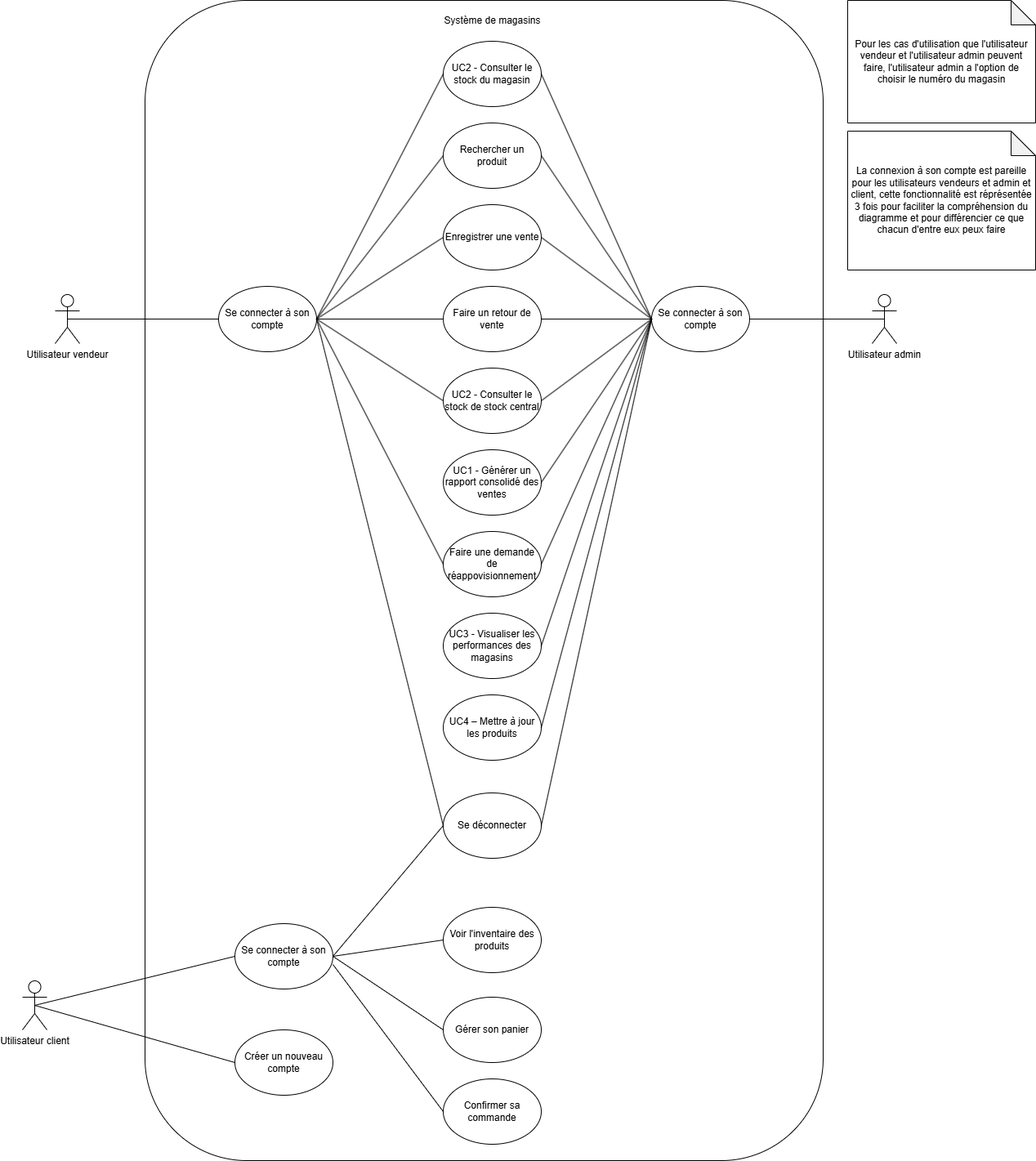
The draw.io diagram docs/UML/diag_vue_cas_utilisation.drawio.png in PraMaks/LOG430_Labo_0, before a commit. Source tidied: cells renumbered, new cells last; positions are measured from the earlier drawing's top-left corner, leaving out a move shared by most shapes.
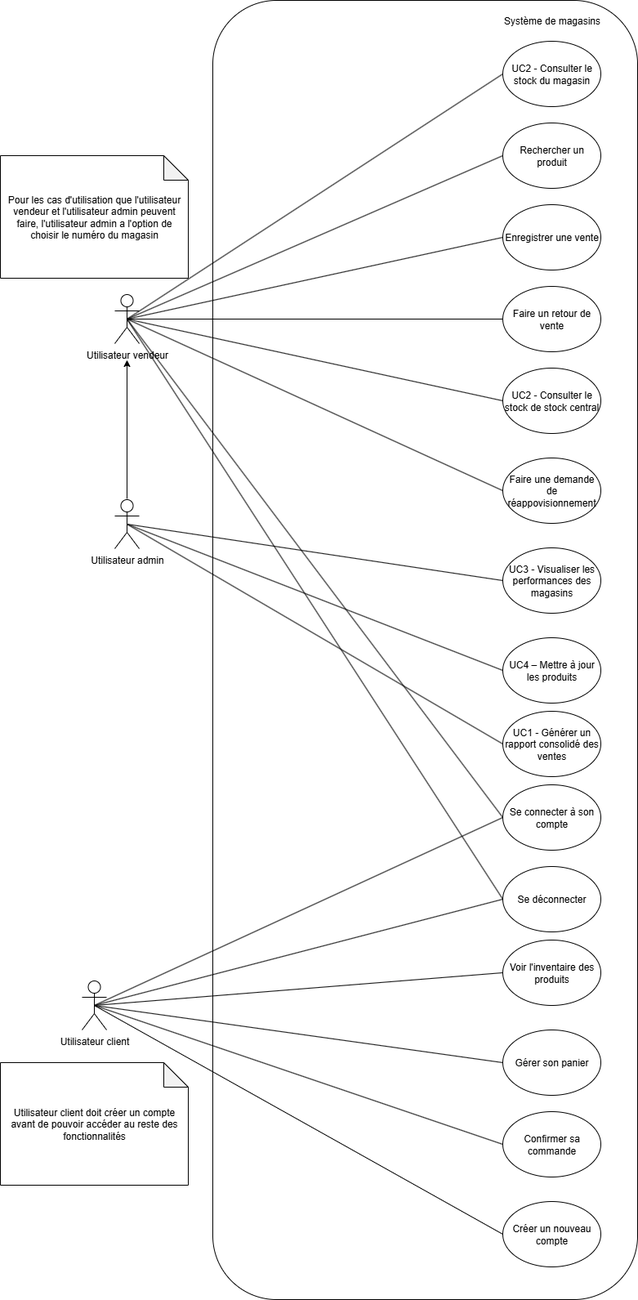
After the change.

Change to the diagram source:
```diff
@@ -6,7 +6,7 @@
       <mxGeometry x="40" y="360" width="30" height="60" as="geometry" />
     </mxCell>
     <mxCell id="3" style="rounded=1;whiteSpace=wrap;html=1;" parent="1" vertex="1">
-      <mxGeometry x="150" width="830" height="1420" as="geometry" />
+      <mxGeometry x="160" width="520" height="1590" as="geometry" />
     </mxCell>
     <mxCell id="4" value="Système de magasins" style="text;html=1;align=center;verticalAlign=middle;strokeColor=none;fillColor=none;" parent="1" vertex="1">
       <mxGeometry x="505" y="10" width="140" height="30" as="geometry" />
@@ -27,129 +27,103 @@
       <mxGeometry x="515" y="450" width="120" height="80" as="geometry" />
     </mxCell>
     <mxCell id="10" value="Faire une demande de réappovisionnement" style="ellipse;whiteSpace=wrap;html=1;" parent="1" vertex="1">
-      <mxGeometry x="515" y="650" width="120" height="80" as="geometry" />
+      <mxGeometry x="515" y="560" width="120" height="80" as="geometry" />
     </mxCell>
     <mxCell id="11" value="Utilisateur admin" style="shape=umlActor;verticalLabelPosition=bottom;verticalAlign=top;html=1;outlineConnect=0;" parent="1" vertex="1">
-      <mxGeometry x="1040" y="360" width="30" height="60" as="geometry" />
+      <mxGeometry x="40" y="611" width="30" height="60" as="geometry" />
     </mxCell>
     <mxCell id="12" value="UC1 - Générer un rapport consolidé des ventes" style="ellipse;whiteSpace=wrap;html=1;" parent="1" vertex="1">
-      <mxGeometry x="515" y="550" width="120" height="80" as="geometry" />
+      <mxGeometry x="515" y="870" width="120" height="80" as="geometry" />
     </mxCell>
     <mxCell id="13" value="UC3 - Visualiser les performances des magasins" style="ellipse;whiteSpace=wrap;html=1;" parent="1" vertex="1">
-      <mxGeometry x="515" y="750" width="120" height="80" as="geometry" />
+      <mxGeometry x="515" y="670" width="120" height="80" as="geometry" />
     </mxCell>
     <mxCell id="14" value="Pour les cas d'utilisation que l'utilisateur vendeur et l'utilisateur admin peuvent faire, l'utilisateur admin a l'option de choisir le numéro du magasin" style="shape=note;whiteSpace=wrap;html=1;backgroundOutline=1;darkOpacity=0.05;" parent="1" vertex="1">
-      <mxGeometry x="1010" width="230" height="150" as="geometry" />
+      <mxGeometry x="-100" y="190" width="230" height="150" as="geometry" />
     </mxCell>
     <mxCell id="15" value="UC4 – Mettre à jour les produits" style="ellipse;whiteSpace=wrap;html=1;" parent="1" vertex="1">
-      <mxGeometry x="515" y="850" width="120" height="80" as="geometry" />
+      <mxGeometry x="515" y="780" width="120" height="80" as="geometry" />
     </mxCell>
-    <mxCell id="16" value="Se connecter à son compte" style="ellipse;whiteSpace=wrap;html=1;" parent="1" vertex="1">
-      <mxGeometry x="770" y="350" width="120" height="80" as="geometry" />
-    </mxCell>
     <mxCell id="17" value="Se connecter à son compte" style="ellipse;whiteSpace=wrap;html=1;" parent="1" vertex="1">
-      <mxGeometry x="240" y="350" width="120" height="80" as="geometry" />
+      <mxGeometry x="515" y="960" width="120" height="80" as="geometry" />
     </mxCell>
     <mxCell id="18" value="Se déconnecter" style="ellipse;whiteSpace=wrap;html=1;" parent="1" vertex="1">
-      <mxGeometry x="515" y="970" width="120" height="80" as="geometry" />
+      <mxGeometry x="515" y="1060" width="120" height="80" as="geometry" />
     </mxCell>
-    <mxCell id="19" style="endArrow=none;html=1;rounded=0;entryX=0;entryY=0.5;entryDx=0;entryDy=0;exitX=0.5;exitY=0.5;exitDx=0;exitDy=0;exitPerimeter=0;" parent="1" edge="1" source="2" target="17">
-      <mxGeometry relative="1" as="geometry" />
-    </mxCell>
-    <mxCell id="20" style="endArrow=none;html=1;rounded=0;entryX=0.5;entryY=0.5;entryDx=0;entryDy=0;entryPerimeter=0;exitX=1;exitY=0.5;exitDx=0;exitDy=0;" parent="1" edge="1" source="16" target="11">
-      <mxGeometry relative="1" as="geometry" />
-    </mxCell>
-    <mxCell id="21" value="La connexion à son compte est pareille pour les utilisateurs vendeurs et admin et client, cette fonctionnalité est réprésentée 3 fois pour faciliter la compréhension du diagramme et pour différencier ce que chacun d'entre eux peux faire" style="shape=note;whiteSpace=wrap;html=1;backgroundOutline=1;darkOpacity=0.05;" parent="1" vertex="1">
-      <mxGeometry x="1010" y="160" width="230" height="170" as="geometry" />
-    </mxCell>
-    <mxCell id="22" style="endArrow=none;html=1;rounded=0;entryX=1;entryY=0.5;entryDx=0;entryDy=0;exitX=0;exitY=0.5;exitDx=0;exitDy=0;" parent="1" edge="1" source="18" target="17">
-      <mxGeometry relative="1" as="geometry" />
-    </mxCell>
-    <mxCell id="23" style="endArrow=none;html=1;rounded=0;entryX=0;entryY=0.5;entryDx=0;entryDy=0;exitX=1;exitY=0.5;exitDx=0;exitDy=0;" parent="1" edge="1" source="17" target="5">
-      <mxGeometry relative="1" as="geometry" />
-    </mxCell>
-    <mxCell id="24" style="endArrow=none;html=1;rounded=0;entryX=0;entryY=0.5;entryDx=0;entryDy=0;exitX=1;exitY=0.5;exitDx=0;exitDy=0;" parent="1" edge="1" source="17" target="6">
-      <mxGeometry relative="1" as="geometry" />
-    </mxCell>
-    <mxCell id="25" style="endArrow=none;html=1;rounded=0;entryX=0;entryY=0.5;entryDx=0;entryDy=0;exitX=1;exitY=0.5;exitDx=0;exitDy=0;" parent="1" edge="1" source="17" target="7">
-      <mxGeometry relative="1" as="geometry" />
-    </mxCell>
-    <mxCell id="26" style="endArrow=none;html=1;rounded=0;entryX=0;entryY=0.5;entryDx=0;entryDy=0;exitX=1;exitY=0.5;exitDx=0;exitDy=0;" parent="1" edge="1" source="17" target="8">
-      <mxGeometry relative="1" as="geometry" />
-    </mxCell>
-    <mxCell id="27" style="endArrow=none;html=1;rounded=0;entryX=0;entryY=0.5;entryDx=0;entryDy=0;exitX=1;exitY=0.5;exitDx=0;exitDy=0;" parent="1" edge="1" source="17" target="9">
-      <mxGeometry relative="1" as="geometry" />
-    </mxCell>
-    <mxCell id="28" style="endArrow=none;html=1;rounded=0;entryX=0;entryY=0.5;entryDx=0;entryDy=0;exitX=1;exitY=0.5;exitDx=0;exitDy=0;" parent="1" edge="1" source="17" target="10">
-      <mxGeometry relative="1" as="geometry" />
-    </mxCell>
-    <mxCell id="29" style="endArrow=none;html=1;rounded=0;entryX=0;entryY=0.5;entryDx=0;entryDy=0;exitX=1;exitY=0.5;exitDx=0;exitDy=0;" parent="1" edge="1" source="5" target="16">
-      <mxGeometry relative="1" as="geometry" />
-    </mxCell>
-    <mxCell id="30" style="endArrow=none;html=1;rounded=0;entryX=0;entryY=0.5;entryDx=0;entryDy=0;exitX=1;exitY=0.5;exitDx=0;exitDy=0;" parent="1" edge="1" source="6" target="16">
-      <mxGeometry relative="1" as="geometry" />
-    </mxCell>
-    <mxCell id="31" style="endArrow=none;html=1;rounded=0;entryX=0;entryY=0.5;entryDx=0;entryDy=0;exitX=1;exitY=0.5;exitDx=0;exitDy=0;" parent="1" edge="1" source="7" target="16">
-      <mxGeometry relative="1" as="geometry" />
-    </mxCell>
-    <mxCell id="32" style="endArrow=none;html=1;rounded=0;entryX=0;entryY=0.5;entryDx=0;entryDy=0;exitX=1;exitY=0.5;exitDx=0;exitDy=0;" parent="1" edge="1" source="8" target="16">
-      <mxGeometry relative="1" as="geometry" />
-    </mxCell>
-    <mxCell id="33" style="endArrow=none;html=1;rounded=0;entryX=0;entryY=0.5;entryDx=0;entryDy=0;exitX=1;exitY=0.5;exitDx=0;exitDy=0;" parent="1" edge="1" source="9" target="16">
-      <mxGeometry relative="1" as="geometry" />
-    </mxCell>
-    <mxCell id="34" style="endArrow=none;html=1;rounded=0;entryX=0;entryY=0.5;entryDx=0;entryDy=0;exitX=1;exitY=0.5;exitDx=0;exitDy=0;" parent="1" edge="1" source="12" target="16">
-      <mxGeometry relative="1" as="geometry" />
-    </mxCell>
-    <mxCell id="35" style="endArrow=none;html=1;rounded=0;entryX=0;entryY=0.5;entryDx=0;entryDy=0;exitX=1;exitY=0.5;exitDx=0;exitDy=0;" parent="1" edge="1" source="10" target="16">
-      <mxGeometry relative="1" as="geometry" />
-    </mxCell>
-    <mxCell id="36" style="endArrow=none;html=1;rounded=0;entryX=0;entryY=0.5;entryDx=0;entryDy=0;exitX=1;exitY=0.5;exitDx=0;exitDy=0;" parent="1" edge="1" source="15" target="16">
-      <mxGeometry relative="1" as="geometry" />
-    </mxCell>
-    <mxCell id="37" style="endArrow=none;html=1;rounded=0;entryX=0;entryY=0.5;entryDx=0;entryDy=0;exitX=1;exitY=0.5;exitDx=0;exitDy=0;" parent="1" edge="1" source="13" target="16">
-      <mxGeometry relative="1" as="geometry" />
-    </mxCell>
-    <mxCell id="38" style="endArrow=none;html=1;rounded=0;entryX=0;entryY=0.5;entryDx=0;entryDy=0;exitX=1;exitY=0.5;exitDx=0;exitDy=0;" parent="1" edge="1" source="18" target="16">
-      <mxGeometry relative="1" as="geometry" />
-    </mxCell>
     <mxCell id="39" value="Utilisateur client" style="shape=umlActor;verticalLabelPosition=bottom;verticalAlign=top;html=1;outlineConnect=0;" parent="1" vertex="1">
       <mxGeometry y="1200" width="30" height="60" as="geometry" />
     </mxCell>
-    <mxCell id="40" value="Se connecter à son compte" style="ellipse;whiteSpace=wrap;html=1;" parent="1" vertex="1">
-      <mxGeometry x="260" y="1130" width="120" height="80" as="geometry" />
-    </mxCell>
     <mxCell id="41" value="Créer un nouveau compte" style="ellipse;whiteSpace=wrap;html=1;" parent="1" vertex="1">
-      <mxGeometry x="260" y="1260" width="120" height="80" as="geometry" />
+      <mxGeometry x="515" y="1470" width="120" height="80" as="geometry" />
     </mxCell>
-    <mxCell id="42" style="endArrow=none;html=1;rounded=0;fontSize=12;startSize=8;endSize=8;curved=1;entryX=0;entryY=0.5;entryDx=0;entryDy=0;exitX=0.5;exitY=0.5;exitDx=0;exitDy=0;exitPerimeter=0;" parent="1" edge="1" source="39" target="40">
-      <mxGeometry relative="1" as="geometry" />
-    </mxCell>
     <mxCell id="43" style="endArrow=none;html=1;rounded=0;fontSize=12;startSize=8;endSize=8;curved=1;entryX=0;entryY=0.5;entryDx=0;entryDy=0;exitX=0.5;exitY=0.5;exitDx=0;exitDy=0;exitPerimeter=0;" parent="1" edge="1" source="39" target="41">
       <mxGeometry relative="1" as="geometry" />
     </mxCell>
     <mxCell id="44" value="Voir l'inventaire des produits" style="ellipse;whiteSpace=wrap;html=1;" parent="1" vertex="1">
-      <mxGeometry x="515" y="1110" width="120" height="80" as="geometry" />
+      <mxGeometry x="515" y="1150" width="120" height="80" as="geometry" />
     </mxCell>
     <mxCell id="45" value="Gérer son panier&lt;span style=&quot;color: rgba(0, 0, 0, 0); font-family: monospace; font-size: 0px; text-align: start; text-wrap-mode: nowrap;&quot;&gt;%3CmxGraphModel%3E%3Croot%3E%3CmxCell%20id%3D%220%22%2F%3E%3CmxCell%20id%3D%221%22%20parent%3D%220%22%2F%3E%3CmxCell%20id%3D%222%22%20value%3D%22Se%20d%C3%A9connecter%22%20style%3D%22ellipse%3BwhiteSpace%3Dwrap%3Bhtml%3D1%3B%22%20vertex%3D%221%22%20parent%3D%221%22%3E%3CmxGeometry%20x%3D%22345%22%20y%3D%221560%22%20width%3D%22120%22%20height%3D%2280%22%20as%3D%22geometry%22%2F%3E%3C%2FmxCell%3E%3C%2Froot%3E%3C%2FmxGraphModel%3E&lt;/span&gt;" style="ellipse;whiteSpace=wrap;html=1;" parent="1" vertex="1">
-      <mxGeometry x="515" y="1220" width="120" height="80" as="geometry" />
+      <mxGeometry x="515" y="1260" width="120" height="80" as="geometry" />
     </mxCell>
     <mxCell id="46" value="Confirmer sa commande" style="ellipse;whiteSpace=wrap;html=1;" parent="1" vertex="1">
-      <mxGeometry x="515" y="1320" width="120" height="80" as="geometry" />
+      <mxGeometry x="515" y="1360" width="120" height="80" as="geometry" />
     </mxCell>
-    <mxCell id="47" style="endArrow=none;html=1;rounded=0;fontSize=12;startSize=8;endSize=8;curved=1;entryX=0;entryY=0.5;entryDx=0;entryDy=0;exitX=1;exitY=0.5;exitDx=0;exitDy=0;" parent="1" edge="1" source="40" target="44">
-      <mxGeometry relative="1" as="geometry" />
-    </mxCell>
-    <mxCell id="48" style="endArrow=none;html=1;rounded=0;fontSize=12;startSize=8;endSize=8;curved=1;entryX=0;entryY=0.5;entryDx=0;entryDy=0;exitX=1;exitY=0.5;exitDx=0;exitDy=0;" parent="1" edge="1" source="40" target="18">
-      <mxGeometry relative="1" as="geometry" />
-    </mxCell>
-    <mxCell id="49" style="endArrow=none;html=1;rounded=0;fontSize=12;startSize=8;endSize=8;curved=1;entryX=0;entryY=0.5;entryDx=0;entryDy=0;exitX=1;exitY=0.5;exitDx=0;exitDy=0;" parent="1" edge="1" source="40" target="45">
-      <mxGeometry relative="1" as="geometry" />
-    </mxCell>
-    <mxCell id="50" style="endArrow=none;html=1;rounded=0;fontSize=12;startSize=8;endSize=8;curved=1;entryX=0;entryY=0.5;entryDx=0;entryDy=0;" parent="1" edge="1" target="46">
-      <mxGeometry relative="1" as="geometry">
-        <mxPoint x="380" y="1180" as="sourcePoint" />
-      </mxGeometry>
-    </mxCell>
+    <mxCell id="51" style="endArrow=classic;html=1;rounded=0;entryX=0.5;entryY=0.5;entryDx=0;entryDy=0;entryPerimeter=0;exitX=0.5;exitY=0;exitDx=0;exitDy=0;exitPerimeter=0;" parent="1" edge="1">
+      <mxGeometry relative="1" as="geometry">
+        <mxPoint x="55" y="610" as="sourcePoint" />
+        <mxPoint x="55" y="440" as="targetPoint" />
+      </mxGeometry>
+    </mxCell>
+    <mxCell id="52" style="endArrow=none;html=1;rounded=0;entryX=0;entryY=0.5;entryDx=0;entryDy=0;exitX=0.5;exitY=0.5;exitDx=0;exitDy=0;exitPerimeter=0;" parent="1" edge="1" source="2" target="5">
+      <mxGeometry relative="1" as="geometry" />
+    </mxCell>
+    <mxCell id="53" style="endArrow=none;html=1;rounded=0;entryX=0;entryY=0.5;entryDx=0;entryDy=0;exitX=0.5;exitY=0.5;exitDx=0;exitDy=0;exitPerimeter=0;" parent="1" edge="1" source="2" target="6">
+      <mxGeometry relative="1" as="geometry" />
+    </mxCell>
+    <mxCell id="54" style="endArrow=none;html=1;rounded=0;entryX=0;entryY=0.5;entryDx=0;entryDy=0;exitX=0.5;exitY=0.5;exitDx=0;exitDy=0;exitPerimeter=0;" parent="1" edge="1" source="2" target="7">
+      <mxGeometry relative="1" as="geometry" />
+    </mxCell>
+    <mxCell id="55" style="endArrow=none;html=1;rounded=0;entryX=0;entryY=0.5;entryDx=0;entryDy=0;exitX=0.5;exitY=0.5;exitDx=0;exitDy=0;exitPerimeter=0;" parent="1" edge="1" source="2" target="8">
+      <mxGeometry relative="1" as="geometry" />
+    </mxCell>
+    <mxCell id="56" style="endArrow=none;html=1;rounded=0;entryX=0;entryY=0.5;entryDx=0;entryDy=0;exitX=0.5;exitY=0.5;exitDx=0;exitDy=0;exitPerimeter=0;" parent="1" edge="1" source="2" target="9">
+      <mxGeometry relative="1" as="geometry" />
+    </mxCell>
+    <mxCell id="57" style="endArrow=none;html=1;rounded=0;entryX=0;entryY=0.5;entryDx=0;entryDy=0;exitX=0.5;exitY=0.5;exitDx=0;exitDy=0;exitPerimeter=0;" parent="1" edge="1" source="2" target="10">
+      <mxGeometry relative="1" as="geometry" />
+    </mxCell>
+    <mxCell id="19" style="endArrow=none;html=1;rounded=0;entryX=0;entryY=0.5;entryDx=0;entryDy=0;exitX=0.5;exitY=0.5;exitDx=0;exitDy=0;exitPerimeter=0;" parent="1" edge="1" source="2" target="17">
+      <mxGeometry relative="1" as="geometry" />
+    </mxCell>
+    <mxCell id="58" style="endArrow=none;html=1;rounded=0;entryX=0;entryY=0.5;entryDx=0;entryDy=0;exitX=0.5;exitY=0.5;exitDx=0;exitDy=0;exitPerimeter=0;" parent="1" edge="1" source="39" target="44">
+      <mxGeometry relative="1" as="geometry" />
+    </mxCell>
+    <mxCell id="59" style="endArrow=none;html=1;rounded=0;entryX=0;entryY=0.5;entryDx=0;entryDy=0;exitX=0.5;exitY=0.5;exitDx=0;exitDy=0;exitPerimeter=0;" parent="1" edge="1" source="39" target="18">
+      <mxGeometry relative="1" as="geometry" />
+    </mxCell>
+    <mxCell id="60" style="endArrow=none;html=1;rounded=0;entryX=0;entryY=0.5;entryDx=0;entryDy=0;exitX=0.5;exitY=0.5;exitDx=0;exitDy=0;exitPerimeter=0;" parent="1" edge="1" source="39" target="17">
+      <mxGeometry relative="1" as="geometry" />
+    </mxCell>
+    <mxCell id="61" style="endArrow=none;html=1;rounded=0;entryX=0;entryY=0.5;entryDx=0;entryDy=0;exitX=0.5;exitY=0.5;exitDx=0;exitDy=0;exitPerimeter=0;" parent="1" edge="1" source="2" target="18">
+      <mxGeometry relative="1" as="geometry" />
+    </mxCell>
+    <mxCell id="62" style="endArrow=none;html=1;rounded=0;entryX=0;entryY=0.5;entryDx=0;entryDy=0;exitX=0.5;exitY=0.5;exitDx=0;exitDy=0;exitPerimeter=0;" parent="1" edge="1" source="11" target="13">
+      <mxGeometry relative="1" as="geometry" />
+    </mxCell>
+    <mxCell id="63" style="endArrow=none;html=1;rounded=0;entryX=0;entryY=0.5;entryDx=0;entryDy=0;exitX=0.5;exitY=0.5;exitDx=0;exitDy=0;exitPerimeter=0;" parent="1" edge="1" source="11" target="15">
+      <mxGeometry relative="1" as="geometry" />
+    </mxCell>
+    <mxCell id="64" style="endArrow=none;html=1;rounded=0;entryX=0;entryY=0.5;entryDx=0;entryDy=0;exitX=0.5;exitY=0.5;exitDx=0;exitDy=0;exitPerimeter=0;" parent="1" edge="1" source="11" target="12">
+      <mxGeometry relative="1" as="geometry" />
+    </mxCell>
+    <mxCell id="65" style="endArrow=none;html=1;rounded=0;entryX=0;entryY=0.5;entryDx=0;entryDy=0;exitX=0.5;exitY=0.5;exitDx=0;exitDy=0;exitPerimeter=0;" parent="1" edge="1" source="39" target="45">
+      <mxGeometry relative="1" as="geometry" />
+    </mxCell>
+    <mxCell id="66" style="endArrow=none;html=1;rounded=0;entryX=0;entryY=0.5;entryDx=0;entryDy=0;exitX=0.5;exitY=0.5;exitDx=0;exitDy=0;exitPerimeter=0;" parent="1" edge="1" source="39" target="46">
+      <mxGeometry relative="1" as="geometry" />
+    </mxCell>
+    <mxCell id="67" value="Utilisateur client doit créer un compte avant de pouvoir accéder au reste des fonctionnalités" style="shape=note;whiteSpace=wrap;html=1;backgroundOutline=1;darkOpacity=0.05;" parent="1" vertex="1">
+      <mxGeometry x="-100" y="1300" width="230" height="150" as="geometry" />
+    </mxCell>
   </root>
 </mxGraphModel>
```
